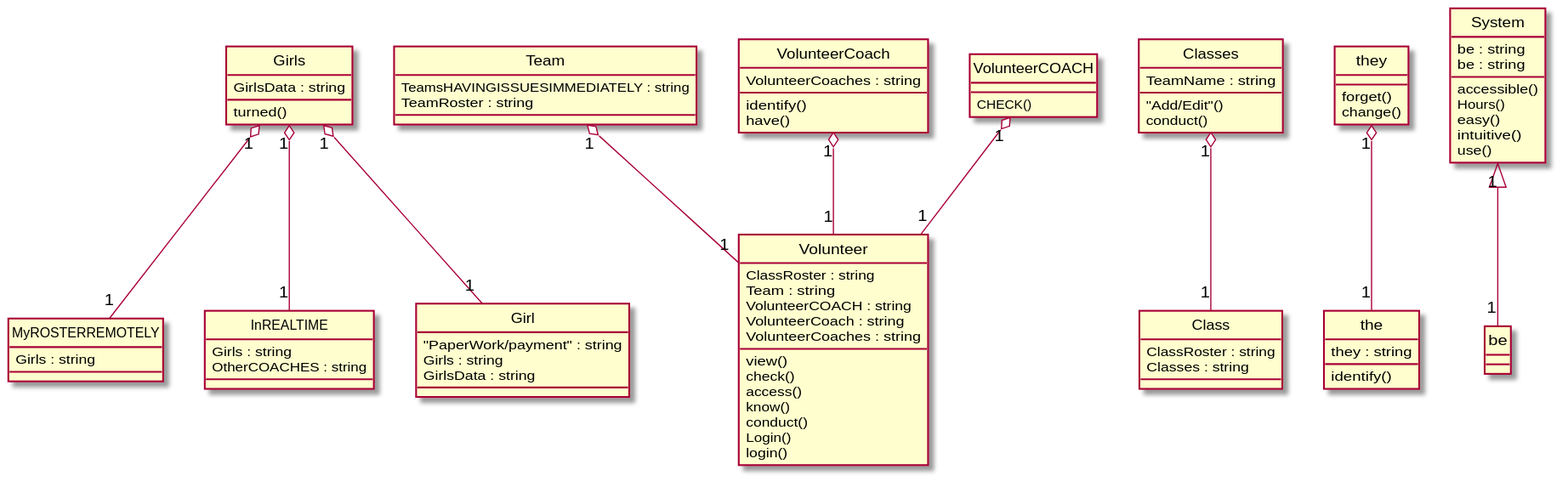
xixixhalu/DomainModelExtractor keeps this PlantUML diagram as Diagrams/2014-USC-Project15.svg. Above is the earlier version.
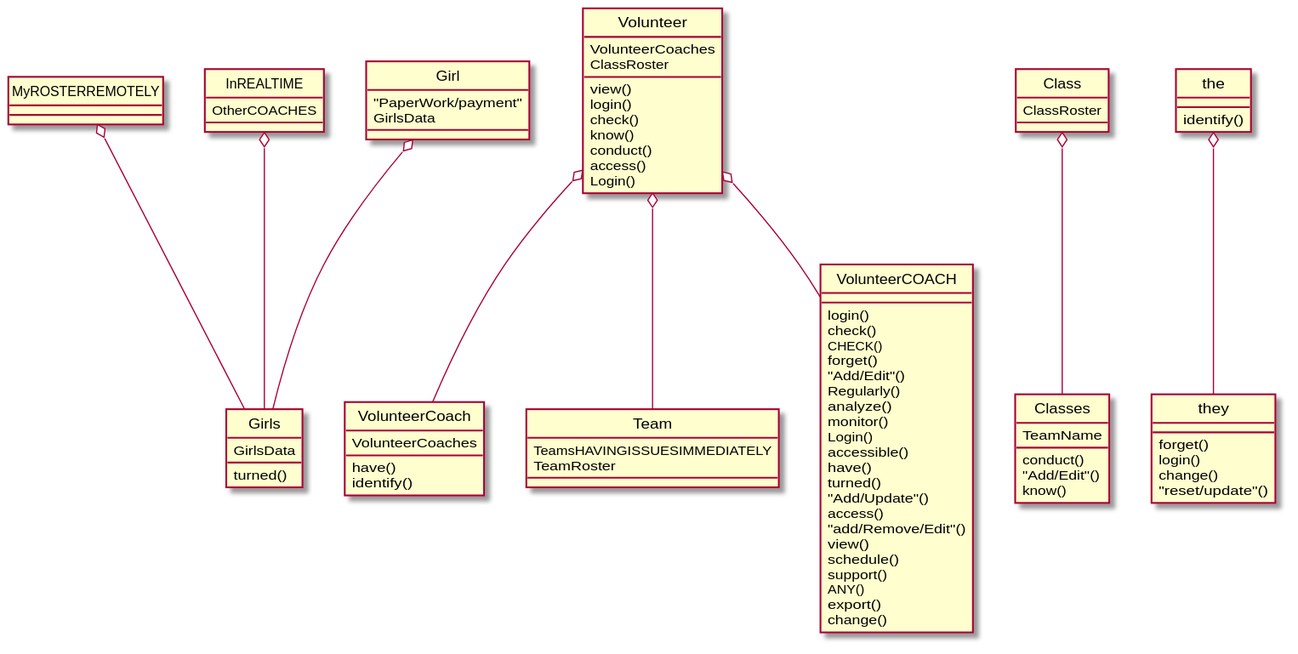
Above is the later version.

What changed in the source:
```diff
@@ -1,80 +1,85 @@
 @startuml
 hide circle
 class MyROSTERREMOTELY {
-	Girls : string
 }
 class InREALTIME {
-	Girls : string
-	OtherCOACHES : string
+	OtherCOACHES
 }
 class Girl {
-	"PaperWork/payment" : string
-	Girls : string
-	GirlsData : string
+	"PaperWork/payment"
+	GirlsData
 }
 class Volunteer {
-	ClassRoster : string
-	Team : string
-	VolunteerCOACH : string
-	VolunteerCoach : string
-	VolunteerCoaches : string
+	VolunteerCoaches
+	ClassRoster
 	view()
+	login()
 	check()
-	access()
 	know()
 	conduct()
+	access()
 	Login()
-	login()
 }
 class Classes {
-	TeamName : string
+	TeamName
+	conduct()
 	"Add/Edit"()
-	conduct()
+	know()
+}
+class VolunteerCoach {
+	VolunteerCoaches
+	have()
+	identify()
 }
 class Team {
-	TeamsHAVINGISSUESIMMEDIATELY : string
-	TeamRoster : string
+	TeamsHAVINGISSUESIMMEDIATELY
+	TeamRoster
 }
 class Girls {
-	GirlsData : string
+	GirlsData
 	turned()
 }
-class VolunteerCoach {
-	VolunteerCoaches : string
-	identify()
-	have()
+class Class {
+	ClassRoster
 }
 class the {
-	they : string
 	identify()
-}
-class Class {
-	ClassRoster : string
-	Classes : string
-}
-class System {
-	be : string
-	be : string
-	accessible()
-	Hours()
-	easy()
-	intuitive()
-	use()
 }
 class they {
 	forget()
+	login()
+	change()
+	"reset/update"()
+}
+class VolunteerCOACH {
+	login()
+	check()
+	CHECK()
+	forget()
+	"Add/Edit"()
+	Regularly()
+	analyze()
+	monitor()
+	Login()
+	accessible()
+	have()
+	turned()
+	"Add/Update"()
+	access()
+	"add/Remove/Edit"()
+	view()
+	schedule()
+	support()
+	ANY()
+	export()
 	change()
 }
-class VolunteerCOACH {
-	CHECK()
-}
-Team "1" o-- "1" Volunteer
-System "1" <|-- "1" be
-VolunteerCoach "1" o-- "1" Volunteer
-Girls "1" o-- "1" MyROSTERREMOTELY
-VolunteerCOACH "1" o-- "1" Volunteer
-Girls "1" o-- "1" InREALTIME
-they "1" o-- "1" the
-Girls "1" o-- "1" Girl
-Classes "1" o-- "1" Class
+Girl o-- Girls
+Volunteer o-- VolunteerCoach
+Volunteer o-- Team
+Volunteer o-- VolunteerCOACH
+MyROSTERREMOTELY o-- Girls
+Class o-- Classes
+InREALTIME o-- Girls
+the o-- they
 @enduml
```
